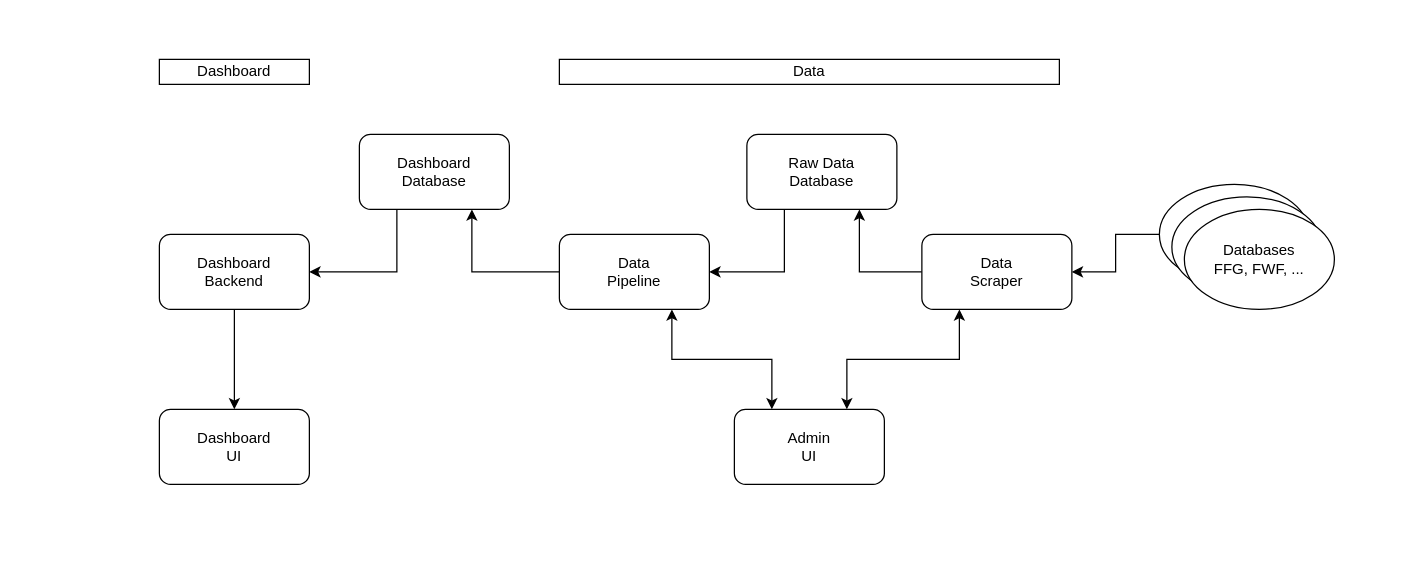
Before: architecture.drawio in moosi312-master-thesis/architecture, a draw.io diagram. Source tidied: cells renumbered, new cells numbered last; positions are measured from the earlier drawing's top-left corner, leaving out a move shared by most shapes. Both pictures are drawn from the tidied source at 125%, with x=0, y=0 at pixel (159, 59).
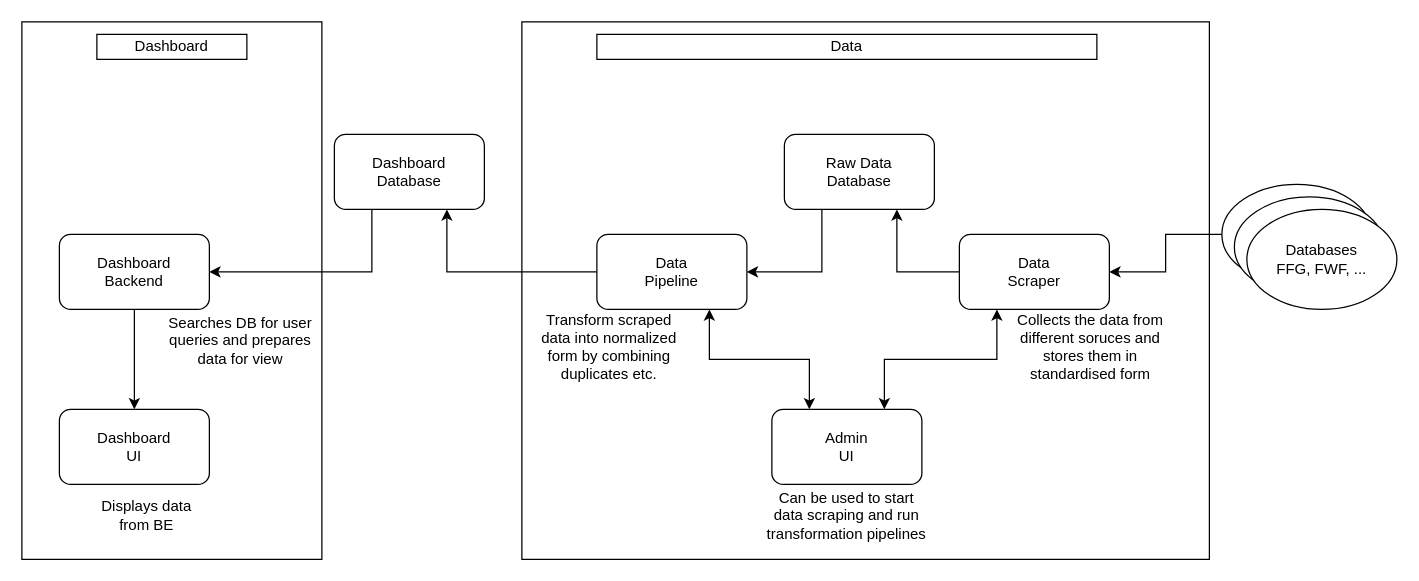
Above is the later version.

The edit, as a diff of the source:
```diff
@@
+    <mxCell id="22" style="rounded=0;whiteSpace=wrap;html=1;fillColor=none;" parent="1" vertex="1">
+      <mxGeometry x="290" y="-30" width="550" height="430" as="geometry" />
+    </mxCell>
+    <mxCell id="23" style="rounded=0;whiteSpace=wrap;html=1;fillColor=none;" parent="1" vertex="1">
+      <mxGeometry x="-110" y="-30" width="240" height="430" as="geometry" />
+    </mxCell>
@@
     <mxCell id="3" value="&lt;div&gt;Dashboard&lt;/div&gt;&lt;div&gt;Backend&lt;/div&gt;" style="rounded=1;whiteSpace=wrap;html=1;" parent="1" vertex="1">
-      <mxGeometry y="140" width="120" height="60" as="geometry" />
+      <mxGeometry x="-80" y="140" width="120" height="60" as="geometry" />
     </mxCell>
     <mxCell id="4" value="&lt;div&gt;Dashboard&lt;/div&gt;&lt;div&gt;UI&lt;/div&gt;" style="whiteSpace=wrap;html=1;rounded=1;" parent="1" vertex="1">
-      <mxGeometry y="280" width="120" height="60" as="geometry" />
+      <mxGeometry x="-80" y="280" width="120" height="60" as="geometry" />
     </mxCell>
@@
     <mxCell id="6" value="&lt;div&gt;Dashboard&lt;/div&gt;&lt;div&gt;Database&lt;/div&gt;" style="whiteSpace=wrap;html=1;rounded=1;" parent="1" vertex="1">
-      <mxGeometry x="160" y="60" width="120" height="60" as="geometry" />
+      <mxGeometry x="140" y="60" width="120" height="60" as="geometry" />
     </mxCell>
@@
     <mxCell id="8" value="&lt;div&gt;Data&lt;/div&gt;&lt;div&gt;Pipeline&lt;/div&gt;" style="whiteSpace=wrap;html=1;rounded=1;" parent="1" vertex="1">
-      <mxGeometry x="320" y="140" width="120" height="60" as="geometry" />
+      <mxGeometry x="350" y="140" width="120" height="60" as="geometry" />
     </mxCell>
     <mxCell id="9" value="Dashboard" style="rounded=0;whiteSpace=wrap;html=1;" parent="1" vertex="1">
-      <mxGeometry width="120" height="20" as="geometry" />
+      <mxGeometry x="-50" y="-20" width="120" height="20" as="geometry" />
     </mxCell>
@@
     <mxCell id="11" value="&lt;div&gt;Raw Data&lt;/div&gt;&lt;div&gt;Database&lt;/div&gt;" style="whiteSpace=wrap;html=1;rounded=1;" parent="1" vertex="1">
-      <mxGeometry x="470" y="60" width="120" height="60" as="geometry" />
+      <mxGeometry x="500" y="60" width="120" height="60" as="geometry" />
     </mxCell>
@@
     <mxCell id="13" value="&lt;div&gt;Data&lt;/div&gt;&lt;div&gt;Scraper&lt;/div&gt;" style="whiteSpace=wrap;html=1;rounded=1;" parent="1" vertex="1">
-      <mxGeometry x="610" y="140" width="120" height="60" as="geometry" />
+      <mxGeometry x="640" y="140" width="120" height="60" as="geometry" />
     </mxCell>
     <mxCell id="14" value="Data" style="whiteSpace=wrap;html=1;rounded=0;" parent="1" vertex="1">
-      <mxGeometry x="320" width="400" height="20" as="geometry" />
+      <mxGeometry x="350" y="-20" width="400" height="20" as="geometry" />
     </mxCell>
@@
     <mxCell id="17" value="&lt;div&gt;Admin&lt;/div&gt;&lt;div&gt;UI&lt;/div&gt;" style="whiteSpace=wrap;html=1;rounded=1;" parent="1" vertex="1">
-      <mxGeometry x="460" y="280" width="120" height="60" as="geometry" />
+      <mxGeometry x="490" y="280" width="120" height="60" as="geometry" />
     </mxCell>
@@
     <mxCell id="19" style="ellipse;whiteSpace=wrap;html=1;" parent="1" vertex="1">
-      <mxGeometry x="800" y="100" width="120" height="80" as="geometry" />
+      <mxGeometry x="850" y="100" width="120" height="80" as="geometry" />
     </mxCell>
     <mxCell id="20" style="ellipse;whiteSpace=wrap;html=1;" parent="1" vertex="1">
-      <mxGeometry x="810" y="110" width="120" height="80" as="geometry" />
+      <mxGeometry x="860" y="110" width="120" height="80" as="geometry" />
     </mxCell>
     <mxCell id="21" value="&lt;div&gt;Databases&lt;/div&gt;&lt;div&gt;FFG, FWF, ...&lt;/div&gt;" style="ellipse;whiteSpace=wrap;html=1;" parent="1" vertex="1">
-      <mxGeometry x="820" y="120" width="120" height="80" as="geometry" />
+      <mxGeometry x="870" y="120" width="120" height="80" as="geometry" />
     </mxCell>
+    <mxCell id="24" value="Can be used to start data scraping and run transformation pipelines" style="text;html=1;whiteSpace=wrap;strokeColor=none;fillColor=none;align=center;verticalAlign=middle;rounded=0;" parent="1" vertex="1">
+      <mxGeometry x="485" y="340" width="130" height="50" as="geometry" />
+    </mxCell>
+    <mxCell id="25" value="Collects the data from different soruces and stores them in standardised form" style="text;html=1;whiteSpace=wrap;strokeColor=none;fillColor=none;align=center;verticalAlign=middle;rounded=0;" parent="1" vertex="1">
+      <mxGeometry x="680" y="200" width="130" height="60" as="geometry" />
+    </mxCell>
+    <mxCell id="26" value="Transform scraped data into normalized form by combining duplicates etc." style="text;html=1;whiteSpace=wrap;strokeColor=none;fillColor=none;align=center;verticalAlign=middle;rounded=0;" parent="1" vertex="1">
+      <mxGeometry x="300" y="200" width="120" height="60" as="geometry" />
+    </mxCell>
+    <mxCell id="27" value="Searches DB for user queries and prepares data for view" style="text;html=1;whiteSpace=wrap;strokeColor=none;fillColor=none;align=center;verticalAlign=middle;rounded=0;" parent="1" vertex="1">
+      <mxGeometry y="200" width="130" height="50" as="geometry" />
+    </mxCell>
+    <mxCell id="28" value="Displays data from BE" style="text;html=1;whiteSpace=wrap;strokeColor=none;fillColor=none;align=center;verticalAlign=middle;rounded=0;" parent="1" vertex="1">
+      <mxGeometry x="-60" y="340" width="100" height="50" as="geometry" />
+    </mxCell>
```
